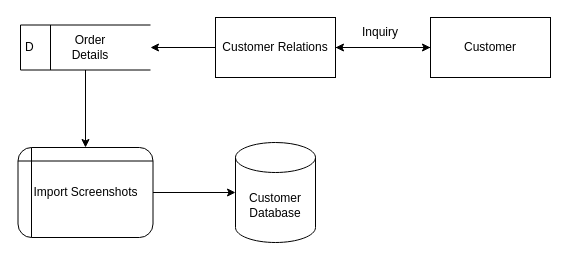
This is page "Level 2 DFD (Order Queue List)" (3 of 7) of DFD DIAGRAMS.drawio from BryanFabellore/Team_SPOTLIGHT, a draw.io file, before an edit. Source tidied: cells renumbered, new cells numbered last; positions are measured from the earlier drawing's top-left corner, leaving out a move shared by most shapes. Both pictures are drawn from the tidied source at 100%, with x=0, y=0 at pixel (18, 17).
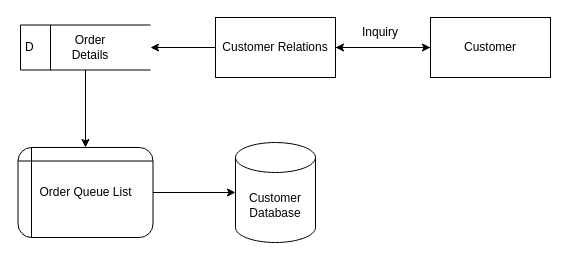
Above is the later version.

What changed in the source:
```diff
@@
 <mxGraphModel>
   <root>
     <mxCell id="0" />
     <mxCell id="1" parent="0" />
     <mxCell id="2" style="edgeStyle=orthogonalEdgeStyle;rounded=0;jettySize=auto;html=1;" parent="1" edge="1" source="4" target="6">
       <mxGeometry relative="1" as="geometry" />
     </mxCell>
     <mxCell id="3" style="edgeStyle=orthogonalEdgeStyle;rounded=0;jettySize=auto;html=1;" parent="1" edge="1" source="4" target="11">
       <mxGeometry relative="1" as="geometry" />
     </mxCell>
     <mxCell id="4" value="Customer Relations" style="rounded=0;whiteSpace=wrap;html=1;strokeColor=default;fontFamily=Helvetica;fontSize=12;fontColor=default;fillColor=#FFFFFF;" parent="1" vertex="1">
       <mxGeometry x="197" width="120" height="60" as="geometry" />
     </mxCell>
     <mxCell id="5" style="edgeStyle=orthogonalEdgeStyle;rounded=0;jettySize=auto;html=1;entryX=1;entryY=0.5;entryDx=0;entryDy=0;" parent="1" edge="1" source="6" target="4">
       <mxGeometry relative="1" as="geometry" />
     </mxCell>
     <mxCell id="6" value="Customer" style="rounded=0;whiteSpace=wrap;html=1;strokeColor=default;fontFamily=Helvetica;fontSize=12;fontColor=default;fillColor=#FFFFFF;" parent="1" vertex="1">
       <mxGeometry x="412" width="120" height="60" as="geometry" />
     </mxCell>
     <mxCell id="7" style="edgeStyle=orthogonalEdgeStyle;rounded=0;jettySize=auto;html=1;exitX=1;exitY=0.5;exitDx=0;exitDy=0;entryX=0;entryY=0.5;entryDx=0;entryDy=0;entryPerimeter=0;" parent="1" edge="1" source="8" target="14">
       <mxGeometry relative="1" as="geometry" />
     </mxCell>
-    <mxCell id="8" value="Import Screenshots" style="shape=internalStorage;whiteSpace=wrap;html=1;backgroundOutline=1;rounded=1;strokeColor=default;fontFamily=Helvetica;fontSize=12;fontColor=default;fillColor=#FFFFFF;dx=5;dy=10;" parent="1" vertex="1">
+    <mxCell id="8" value="Order Queue List" style="shape=internalStorage;whiteSpace=wrap;html=1;backgroundOutline=1;rounded=1;strokeColor=default;fontFamily=Helvetica;fontSize=12;fontColor=default;fillColor=#FFFFFF;dx=5;dy=10;" parent="1" vertex="1">
       <mxGeometry x="-0.5" y="130" width="135" height="90" as="geometry" />
     </mxCell>
     <mxCell id="9" value="Inquiry" style="text;html=1;strokeColor=none;fillColor=none;align=center;verticalAlign=middle;whiteSpace=wrap;rounded=0;" parent="1" vertex="1">
       <mxGeometry x="332" width="60" height="30" as="geometry" />
     </mxCell>
     <mxCell id="10" style="group;" parent="1" vertex="1">
       <mxGeometry x="2" y="7.5" width="130" height="45" as="geometry" />
     </mxCell>
     <mxCell id="11" value="D" style="html=1;dashed=0;whitespace=wrap;shape=mxgraph.dfd.dataStoreID;align=left;spacingLeft=3;points=[[0,0],[0.5,0],[1,0],[0,0.5],[1,0.5],[0,1],[0.5,1],[1,1]];" parent="10" vertex="1">
       <mxGeometry width="130" height="45" as="geometry" />
     </mxCell>
     <mxCell id="12" value="Order Details" style="text;html=1;strokeColor=none;fillColor=none;align=center;verticalAlign=middle;whiteSpace=wrap;rounded=0;" parent="10" vertex="1">
       <mxGeometry x="40" y="7.5" width="60" height="30" as="geometry" />
     </mxCell>
     <mxCell id="13" style="edgeStyle=orthogonalEdgeStyle;rounded=0;jettySize=auto;html=1;entryX=0.5;entryY=0;entryDx=0;entryDy=0;" parent="1" edge="1" source="11" target="8">
       <mxGeometry relative="1" as="geometry" />
     </mxCell>
     <mxCell id="14" value="Customer Database" style="shape=cylinder3;whiteSpace=wrap;html=1;boundedLbl=1;backgroundOutline=1;size=15;" parent="1" vertex="1">
       <mxGeometry x="217" y="125" width="80" height="100" as="geometry" />
     </mxCell>
   </root>
 </mxGraphModel>
```
